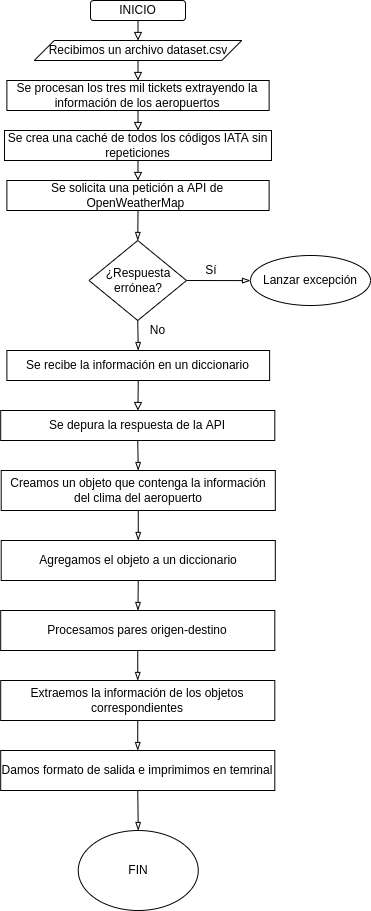
The draw.io diagram docs/DiagramaFlujo.png in AlbertNath/Proyecto01_MyP_2022_2, before a commit. Source tidied: cells renumbered, new cells last; positions are measured from the earlier drawing's top-left corner, leaving out a move shared by most shapes. The source it was exported from:
```xml
<mxGraphModel>
  <root>
    <mxCell id="0" />
    <mxCell id="1" parent="0" />
    <mxCell id="2" style="edgeStyle=none;html=1;exitX=0.5;exitY=1;exitDx=0;exitDy=0;entryX=0.5;entryY=0;entryDx=0;entryDy=0;endArrow=block;endFill=0;" parent="1" edge="1" source="3" target="4">
      <mxGeometry relative="1" as="geometry" />
    </mxCell>
    <mxCell id="3" value="INICIO" style="rounded=1;whiteSpace=wrap;html=1;" parent="1" vertex="1">
      <mxGeometry x="90" width="95" height="20" as="geometry" />
    </mxCell>
    <mxCell id="4" value="Recibimos un archivo dataset.csv" style="shape=parallelogram;perimeter=parallelogramPerimeter;whiteSpace=wrap;html=1;fixedSize=1;" parent="1" vertex="1">
      <mxGeometry x="33.8" y="40" width="207.5" height="20" as="geometry" />
    </mxCell>
    <mxCell id="5" style="edgeStyle=none;html=1;exitX=0.5;exitY=1;exitDx=0;exitDy=0;endArrow=block;endFill=0;" parent="1" edge="1" source="6" target="9">
      <mxGeometry relative="1" as="geometry" />
    </mxCell>
    <mxCell id="6" value="Se procesan los tres mil tickets extrayendo la información de los aeropuertos" style="rounded=0;whiteSpace=wrap;html=1;" parent="1" vertex="1">
      <mxGeometry x="6.4" y="80" width="262.2" height="30" as="geometry" />
    </mxCell>
    <mxCell id="7" style="edgeStyle=none;html=1;exitX=0.5;exitY=1;exitDx=0;exitDy=0;entryX=0.5;entryY=0;entryDx=0;entryDy=0;endArrow=block;endFill=0;" parent="1" edge="1" source="4" target="6">
      <mxGeometry relative="1" as="geometry" />
    </mxCell>
    <mxCell id="8" style="edgeStyle=none;html=1;exitX=0.5;exitY=1;exitDx=0;exitDy=0;entryX=0.5;entryY=0;entryDx=0;entryDy=0;endArrow=block;endFill=0;" parent="1" edge="1" source="9" target="11">
      <mxGeometry relative="1" as="geometry" />
    </mxCell>
    <mxCell id="9" value="Se crea una caché de todos los códigos IATA sin repeticiones" style="rounded=0;whiteSpace=wrap;html=1;" parent="1" vertex="1">
      <mxGeometry x="4" y="130" width="267" height="30" as="geometry" />
    </mxCell>
    <mxCell id="10" style="edgeStyle=none;html=1;exitX=0.5;exitY=1;exitDx=0;exitDy=0;entryX=0.5;entryY=0;entryDx=0;entryDy=0;endArrow=blockThin;endFill=0;" parent="1" edge="1" source="11" target="18">
      <mxGeometry relative="1" as="geometry" />
    </mxCell>
    <mxCell id="11" value="Se solicita una petición a API de OpenWeatherMap&amp;nbsp;" style="rounded=0;whiteSpace=wrap;html=1;" parent="1" vertex="1">
      <mxGeometry x="6.4" y="180" width="262.2" height="30" as="geometry" />
    </mxCell>
    <mxCell id="12" style="edgeStyle=none;html=1;exitX=0.5;exitY=1;exitDx=0;exitDy=0;endArrow=block;endFill=0;" parent="1" edge="1" source="13" target="15">
      <mxGeometry relative="1" as="geometry" />
    </mxCell>
    <mxCell id="13" value="Se recibe la información en un diccionario" style="rounded=0;whiteSpace=wrap;html=1;" parent="1" vertex="1">
      <mxGeometry x="6.4" y="350" width="262.7" height="30" as="geometry" />
    </mxCell>
    <mxCell id="14" style="edgeStyle=none;html=1;exitX=0.5;exitY=1;exitDx=0;exitDy=0;entryX=0.5;entryY=0;entryDx=0;entryDy=0;endArrow=blockThin;endFill=0;" parent="1" edge="1" source="15" target="23">
      <mxGeometry relative="1" as="geometry" />
    </mxCell>
    <mxCell id="15" value="Se depura la respuesta de la API" style="rounded=0;whiteSpace=wrap;html=1;" parent="1" vertex="1">
      <mxGeometry x="0.2" y="410" width="274.1" height="30" as="geometry" />
    </mxCell>
    <mxCell id="16" style="edgeStyle=none;html=1;exitX=1;exitY=0.5;exitDx=0;exitDy=0;endArrow=blockThin;endFill=0;" parent="1" edge="1" source="18">
      <mxGeometry relative="1" as="geometry">
        <mxPoint x="250" y="280.1" as="targetPoint" />
      </mxGeometry>
    </mxCell>
    <mxCell id="17" style="edgeStyle=none;html=1;exitX=0.5;exitY=1;exitDx=0;exitDy=0;entryX=0.5;entryY=0;entryDx=0;entryDy=0;endArrow=blockThin;endFill=0;" parent="1" edge="1" source="18" target="13">
      <mxGeometry relative="1" as="geometry" />
    </mxCell>
    <mxCell id="18" value="¿Respuesta errónea?" style="rhombus;whiteSpace=wrap;html=1;" parent="1" vertex="1">
      <mxGeometry x="88.5" y="240" width="97.5" height="80" as="geometry" />
    </mxCell>
    <mxCell id="19" value="Sí" style="text;html=1;strokeColor=none;fillColor=none;align=center;verticalAlign=middle;whiteSpace=wrap;rounded=0;" parent="1" vertex="1">
      <mxGeometry x="181.2" y="260" width="60" height="20" as="geometry" />
    </mxCell>
    <mxCell id="20" value="No" style="text;html=1;strokeColor=none;fillColor=none;align=center;verticalAlign=middle;whiteSpace=wrap;rounded=0;" parent="1" vertex="1">
      <mxGeometry x="135" y="320" width="45" height="20" as="geometry" />
    </mxCell>
    <mxCell id="21" value="Lanzar excepción" style="ellipse;whiteSpace=wrap;html=1;" parent="1" vertex="1">
      <mxGeometry x="250" y="255" width="120" height="50" as="geometry" />
    </mxCell>
    <mxCell id="22" style="edgeStyle=none;html=1;exitX=0.5;exitY=1;exitDx=0;exitDy=0;endArrow=blockThin;endFill=0;" parent="1" edge="1" source="23" target="25">
      <mxGeometry relative="1" as="geometry" />
    </mxCell>
    <mxCell id="23" value="Creamos un objeto que contenga la información del clima del aeropuerto" style="rounded=0;whiteSpace=wrap;html=1;" parent="1" vertex="1">
      <mxGeometry x="0.7" y="470" width="274.1" height="40" as="geometry" />
    </mxCell>
    <mxCell id="24" style="edgeStyle=none;html=1;exitX=0.5;exitY=1;exitDx=0;exitDy=0;endArrow=blockThin;endFill=0;" parent="1" edge="1" source="25" target="27">
      <mxGeometry relative="1" as="geometry" />
    </mxCell>
    <mxCell id="25" value="Agregamos el objeto a un diccionario" style="rounded=0;whiteSpace=wrap;html=1;" parent="1" vertex="1">
      <mxGeometry x="0.7" y="540" width="274.1" height="40" as="geometry" />
    </mxCell>
    <mxCell id="26" style="edgeStyle=none;html=1;exitX=0.5;exitY=1;exitDx=0;exitDy=0;entryX=0.5;entryY=0;entryDx=0;entryDy=0;endArrow=blockThin;endFill=0;" parent="1" edge="1" source="27" target="29">
      <mxGeometry relative="1" as="geometry" />
    </mxCell>
    <mxCell id="27" value="Procesamos pares origen-destino" style="rounded=0;whiteSpace=wrap;html=1;" parent="1" vertex="1">
      <mxGeometry x="0.2" y="610" width="274.1" height="40" as="geometry" />
    </mxCell>
    <mxCell id="28" style="edgeStyle=none;html=1;exitX=0.5;exitY=1;exitDx=0;exitDy=0;entryX=0.5;entryY=0;entryDx=0;entryDy=0;endArrow=blockThin;endFill=0;" parent="1" edge="1" source="29" target="31">
      <mxGeometry relative="1" as="geometry" />
    </mxCell>
    <mxCell id="29" value="Extraemos la información de los objetos correspondientes" style="rounded=0;whiteSpace=wrap;html=1;" parent="1" vertex="1">
      <mxGeometry x="0.2" y="680" width="274.1" height="40" as="geometry" />
    </mxCell>
    <mxCell id="30" style="edgeStyle=none;html=1;exitX=0.5;exitY=1;exitDx=0;exitDy=0;entryX=0.5;entryY=0;entryDx=0;entryDy=0;endArrow=blockThin;endFill=0;" parent="1" edge="1" source="31" target="32">
      <mxGeometry relative="1" as="geometry" />
    </mxCell>
    <mxCell id="31" value="Damos formato de salida e imprimimos en temrinal" style="rounded=0;whiteSpace=wrap;html=1;" parent="1" vertex="1">
      <mxGeometry x="0.2" y="750" width="274.1" height="40" as="geometry" />
    </mxCell>
    <mxCell id="32" value="FIN" style="ellipse;whiteSpace=wrap;html=1;" parent="1" vertex="1">
      <mxGeometry x="77.8" y="830" width="120" height="80" as="geometry" />
    </mxCell>
  </root>
</mxGraphModel>
```
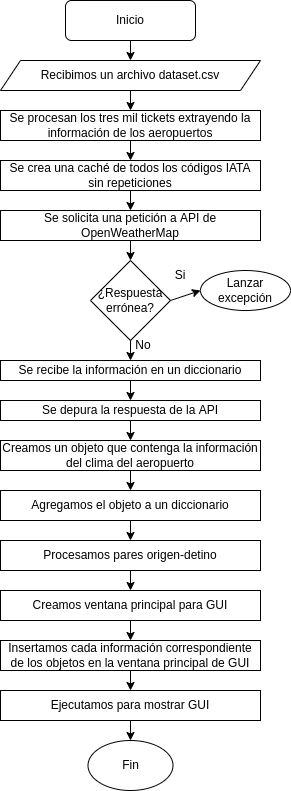
After the change.

Commit message:
pdf con el diagrama de flujo correcto; README.md actualizado; archivo constantes.py creado para colocar la llave

Change to the diagram source:
```diff
@@ -2,100 +2,104 @@
   <root>
     <mxCell id="0" />
     <mxCell id="1" parent="0" />
-    <mxCell id="2" style="edgeStyle=none;html=1;exitX=0.5;exitY=1;exitDx=0;exitDy=0;entryX=0.5;entryY=0;entryDx=0;entryDy=0;endArrow=block;endFill=0;" parent="1" edge="1" source="3" target="4">
-      <mxGeometry relative="1" as="geometry" />
-    </mxCell>
+    <mxCell id="33" value="Inicio" style="rounded=1;whiteSpace=wrap;html=1;" parent="1" vertex="1">
+      <mxGeometry x="65" y="20" width="130" height="40" as="geometry" />
+    </mxCell>
-    <mxCell id="3" value="INICIO" style="rounded=1;whiteSpace=wrap;html=1;" parent="1" vertex="1">
-      <mxGeometry x="90" width="95" height="20" as="geometry" />
+    <mxCell id="3" value="Recibimos un archivo dataset.csv" style="shape=parallelogram;perimeter=parallelogramPerimeter;whiteSpace=wrap;html=1;fixedSize=1;" parent="1" vertex="1">
+      <mxGeometry y="80" width="260" height="30" as="geometry" />
     </mxCell>
-    <mxCell id="4" value="Recibimos un archivo dataset.csv" style="shape=parallelogram;perimeter=parallelogramPerimeter;whiteSpace=wrap;html=1;fixedSize=1;" parent="1" vertex="1">
-      <mxGeometry x="33.8" y="40" width="207.5" height="20" as="geometry" />
+    <mxCell id="4" value="Se procesan los tres mil tickets extrayendo la información de los aeropuertos" style="rounded=0;whiteSpace=wrap;html=1;" parent="1" vertex="1">
+      <mxGeometry y="130" width="260" height="30" as="geometry" />
     </mxCell>
+    <mxCell id="2" value="Se crea una caché de todos los códigos IATA sin repeticiones" style="rounded=0;whiteSpace=wrap;html=1;" parent="1" vertex="1">
+      <mxGeometry y="180" width="260" height="30" as="geometry" />
+    </mxCell>
+    <mxCell id="6" value="Se solicita una petición a API de OpenWeatherMap" style="rounded=0;whiteSpace=wrap;html=1;" parent="1" vertex="1">
+      <mxGeometry y="230" width="260" height="30" as="geometry" />
+    </mxCell>
+    <mxCell id="34" value="¿Respuesta errónea?" style="rhombus;whiteSpace=wrap;html=1;" parent="1" vertex="1">
+      <mxGeometry x="90" y="280" width="80" height="80" as="geometry" />
+    </mxCell>
+    <mxCell id="7" value="Lanzar excepción" style="ellipse;whiteSpace=wrap;html=1;" parent="1" vertex="1">
+      <mxGeometry x="200" y="290" width="90" height="40" as="geometry" />
+    </mxCell>
+    <mxCell id="9" value="Se recibe la información en un diccionario" style="rounded=0;whiteSpace=wrap;html=1;" parent="1" vertex="1">
+      <mxGeometry y="380" width="260" height="20" as="geometry" />
+    </mxCell>
+    <mxCell id="35" value="Se depura la respuesta de la API" style="rounded=0;whiteSpace=wrap;html=1;" parent="1" vertex="1">
+      <mxGeometry y="420" width="260" height="20" as="geometry" />
+    </mxCell>
+    <mxCell id="23" value="Creamos un objeto que contenga la información del clima del aeropuerto" style="rounded=0;whiteSpace=wrap;html=1;" parent="1" vertex="1">
+      <mxGeometry y="460" width="260" height="30" as="geometry" />
+    </mxCell>
+    <mxCell id="25" value="Agregamos el objeto a un diccionario" style="rounded=0;whiteSpace=wrap;html=1;" parent="1" vertex="1">
+      <mxGeometry y="510" width="260" height="30" as="geometry" />
+    </mxCell>
+    <mxCell id="36" value="Procesamos pares origen-detino" style="rounded=0;whiteSpace=wrap;html=1;" parent="1" vertex="1">
+      <mxGeometry y="560" width="260" height="30" as="geometry" />
+    </mxCell>
+    <mxCell id="37" value="Creamos ventana principal para GUI" style="rounded=0;whiteSpace=wrap;html=1;" parent="1" vertex="1">
+      <mxGeometry y="610" width="260" height="30" as="geometry" />
+    </mxCell>
+    <mxCell id="38" value="Insertamos cada información correspondiente de los objetos en la ventana principal de GUI" style="rounded=0;whiteSpace=wrap;html=1;" parent="1" vertex="1">
+      <mxGeometry y="660" width="260" height="30" as="geometry" />
+    </mxCell>
+    <mxCell id="39" value="Ejecutamos para mostrar GUI" style="rounded=0;whiteSpace=wrap;html=1;" parent="1" vertex="1">
+      <mxGeometry y="710" width="260" height="30" as="geometry" />
+    </mxCell>
+    <mxCell id="11" value="Fin" style="ellipse;whiteSpace=wrap;html=1;" parent="1" vertex="1">
+      <mxGeometry x="87.5" y="760" width="85" height="50" as="geometry" />
+    </mxCell>
+    <mxCell id="40" style="endArrow=classic;html=1;exitX=0.5;exitY=1;exitDx=0;exitDy=0;" parent="1" edge="1" source="38" target="39">
+      <mxGeometry relative="1" as="geometry" />
+    </mxCell>
+    <mxCell id="13" style="endArrow=classic;html=1;exitX=0.5;exitY=1;exitDx=0;exitDy=0;" parent="1" edge="1" source="39" target="11">
+      <mxGeometry relative="1" as="geometry" />
+    </mxCell>
-    <mxCell id="5" style="edgeStyle=none;html=1;exitX=0.5;exitY=1;exitDx=0;exitDy=0;endArrow=block;endFill=0;" parent="1" edge="1" source="6" target="9">
+    <mxCell id="5" style="endArrow=classic;html=1;exitX=0.5;exitY=1;exitDx=0;exitDy=0;" parent="1" edge="1" source="37" target="38">
       <mxGeometry relative="1" as="geometry" />
     </mxCell>
-    <mxCell id="6" value="Se procesan los tres mil tickets extrayendo la información de los aeropuertos" style="rounded=0;whiteSpace=wrap;html=1;" parent="1" vertex="1">
-      <mxGeometry x="6.4" y="80" width="262.2" height="30" as="geometry" />
-    </mxCell>
-    <mxCell id="7" style="edgeStyle=none;html=1;exitX=0.5;exitY=1;exitDx=0;exitDy=0;entryX=0.5;entryY=0;entryDx=0;entryDy=0;endArrow=block;endFill=0;" parent="1" edge="1" source="4" target="6">
-      <mxGeometry relative="1" as="geometry" />
-    </mxCell>
+    <mxCell id="41" style="endArrow=classic;html=1;exitX=0.5;exitY=1;exitDx=0;exitDy=0;" parent="1" edge="1" source="36" target="37">
+      <mxGeometry relative="1" as="geometry" />
+    </mxCell>
-    <mxCell id="8" style="edgeStyle=none;html=1;exitX=0.5;exitY=1;exitDx=0;exitDy=0;entryX=0.5;entryY=0;entryDx=0;entryDy=0;endArrow=block;endFill=0;" parent="1" edge="1" source="9" target="11">
+    <mxCell id="8" style="endArrow=classic;html=1;exitX=0.5;exitY=1;exitDx=0;exitDy=0;" parent="1" edge="1" source="25" target="36">
       <mxGeometry relative="1" as="geometry" />
     </mxCell>
-    <mxCell id="9" value="Se crea una caché de todos los códigos IATA sin repeticiones" style="rounded=0;whiteSpace=wrap;html=1;" parent="1" vertex="1">
-      <mxGeometry x="4" y="130" width="267" height="30" as="geometry" />
-    </mxCell>
+    <mxCell id="22" style="endArrow=classic;html=1;exitX=0.5;exitY=1;exitDx=0;exitDy=0;entryX=0.5;entryY=0;entryDx=0;entryDy=0;" parent="1" edge="1" source="23" target="25">
+      <mxGeometry relative="1" as="geometry" />
+    </mxCell>
+    <mxCell id="42" style="endArrow=classic;html=1;exitX=0.5;exitY=1;exitDx=0;exitDy=0;entryX=0.5;entryY=0;entryDx=0;entryDy=0;" parent="1" edge="1" source="35" target="23">
+      <mxGeometry relative="1" as="geometry" />
+    </mxCell>
+    <mxCell id="15" style="endArrow=classic;html=1;exitX=0.5;exitY=1;exitDx=0;exitDy=0;entryX=0.5;entryY=0;entryDx=0;entryDy=0;" parent="1" edge="1" source="9" target="35">
+      <mxGeometry relative="1" as="geometry" />
+    </mxCell>
+    <mxCell id="12" style="endArrow=classic;html=1;exitX=0.5;exitY=1;exitDx=0;exitDy=0;entryX=0.5;entryY=0;entryDx=0;entryDy=0;" parent="1" edge="1" source="34" target="9">
+      <mxGeometry relative="1" as="geometry" />
+    </mxCell>
+    <mxCell id="18" style="endArrow=classic;html=1;exitX=1;exitY=0.5;exitDx=0;exitDy=0;entryX=0;entryY=0.5;entryDx=0;entryDy=0;" parent="1" edge="1" source="34" target="7">
+      <mxGeometry relative="1" as="geometry" />
+    </mxCell>
-    <mxCell id="10" style="edgeStyle=none;html=1;exitX=0.5;exitY=1;exitDx=0;exitDy=0;entryX=0.5;entryY=0;entryDx=0;entryDy=0;endArrow=blockThin;endFill=0;" parent="1" edge="1" source="11" target="18">
+    <mxCell id="10" style="endArrow=classic;html=1;exitX=0.5;exitY=1;exitDx=0;exitDy=0;entryX=0.5;entryY=0;entryDx=0;entryDy=0;" parent="1" edge="1" source="6" target="34">
       <mxGeometry relative="1" as="geometry" />
     </mxCell>
-    <mxCell id="11" value="Se solicita una petición a API de OpenWeatherMap&amp;nbsp;" style="rounded=0;whiteSpace=wrap;html=1;" parent="1" vertex="1">
-      <mxGeometry x="6.4" y="180" width="262.2" height="30" as="geometry" />
-    </mxCell>
-    <mxCell id="12" style="edgeStyle=none;html=1;exitX=0.5;exitY=1;exitDx=0;exitDy=0;endArrow=block;endFill=0;" parent="1" edge="1" source="13" target="15">
-      <mxGeometry relative="1" as="geometry" />
-    </mxCell>
-    <mxCell id="13" value="Se recibe la información en un diccionario" style="rounded=0;whiteSpace=wrap;html=1;" parent="1" vertex="1">
-      <mxGeometry x="6.4" y="350" width="262.7" height="30" as="geometry" />
-    </mxCell>
-    <mxCell id="14" style="edgeStyle=none;html=1;exitX=0.5;exitY=1;exitDx=0;exitDy=0;entryX=0.5;entryY=0;entryDx=0;entryDy=0;endArrow=blockThin;endFill=0;" parent="1" edge="1" source="15" target="23">
-      <mxGeometry relative="1" as="geometry" />
-    </mxCell>
-    <mxCell id="15" value="Se depura la respuesta de la API" style="rounded=0;whiteSpace=wrap;html=1;" parent="1" vertex="1">
-      <mxGeometry x="0.2" y="410" width="274.1" height="30" as="geometry" />
-    </mxCell>
-    <mxCell id="16" style="edgeStyle=none;html=1;exitX=1;exitY=0.5;exitDx=0;exitDy=0;endArrow=blockThin;endFill=0;" parent="1" edge="1" source="18">
-      <mxGeometry relative="1" as="geometry">
-        <mxPoint x="250" y="280.1" as="targetPoint" />
-      </mxGeometry>
+    <mxCell id="16" style="endArrow=classic;html=1;exitX=0.5;exitY=1;exitDx=0;exitDy=0;" parent="1" edge="1" source="2" target="6">
+      <mxGeometry relative="1" as="geometry" />
     </mxCell>
-    <mxCell id="17" style="edgeStyle=none;html=1;exitX=0.5;exitY=1;exitDx=0;exitDy=0;entryX=0.5;entryY=0;entryDx=0;entryDy=0;endArrow=blockThin;endFill=0;" parent="1" edge="1" source="18" target="13">
+    <mxCell id="17" style="endArrow=classic;html=1;exitX=0.5;exitY=1;exitDx=0;exitDy=0;" parent="1" edge="1" source="4" target="2">
       <mxGeometry relative="1" as="geometry" />
     </mxCell>
-    <mxCell id="18" value="¿Respuesta errónea?" style="rhombus;whiteSpace=wrap;html=1;" parent="1" vertex="1">
-      <mxGeometry x="88.5" y="240" width="97.5" height="80" as="geometry" />
-    </mxCell>
-    <mxCell id="19" value="Sí" style="text;html=1;strokeColor=none;fillColor=none;align=center;verticalAlign=middle;whiteSpace=wrap;rounded=0;" parent="1" vertex="1">
-      <mxGeometry x="181.2" y="260" width="60" height="20" as="geometry" />
+    <mxCell id="19" style="endArrow=classic;html=1;exitX=0.5;exitY=1;exitDx=0;exitDy=0;entryX=0.5;entryY=0;entryDx=0;entryDy=0;" parent="1" edge="1" source="3" target="4">
+      <mxGeometry relative="1" as="geometry" />
     </mxCell>
-    <mxCell id="20" value="No" style="text;html=1;strokeColor=none;fillColor=none;align=center;verticalAlign=middle;whiteSpace=wrap;rounded=0;" parent="1" vertex="1">
-      <mxGeometry x="135" y="320" width="45" height="20" as="geometry" />
+    <mxCell id="20" style="endArrow=classic;html=1;exitX=0.5;exitY=1;exitDx=0;exitDy=0;entryX=0.5;entryY=0;entryDx=0;entryDy=0;" parent="1" edge="1" source="33" target="3">
+      <mxGeometry relative="1" as="geometry" />
     </mxCell>
+    <mxCell id="43" value="Si" style="text;html=1;strokeColor=none;fillColor=none;align=center;verticalAlign=middle;whiteSpace=wrap;rounded=0;" parent="1" vertex="1">
+      <mxGeometry x="150" y="280" width="60" height="30" as="geometry" />
+    </mxCell>
-    <mxCell id="21" value="Lanzar excepción" style="ellipse;whiteSpace=wrap;html=1;" parent="1" vertex="1">
-      <mxGeometry x="250" y="255" width="120" height="50" as="geometry" />
+    <mxCell id="21" value="No" style="text;html=1;strokeColor=none;fillColor=none;align=center;verticalAlign=middle;whiteSpace=wrap;rounded=0;" parent="1" vertex="1">
+      <mxGeometry x="112.5" y="350" width="60" height="30" as="geometry" />
     </mxCell>
-    <mxCell id="22" style="edgeStyle=none;html=1;exitX=0.5;exitY=1;exitDx=0;exitDy=0;endArrow=blockThin;endFill=0;" parent="1" edge="1" source="23" target="25">
-      <mxGeometry relative="1" as="geometry" />
-    </mxCell>
-    <mxCell id="23" value="Creamos un objeto que contenga la información del clima del aeropuerto" style="rounded=0;whiteSpace=wrap;html=1;" parent="1" vertex="1">
-      <mxGeometry x="0.7" y="470" width="274.1" height="40" as="geometry" />
-    </mxCell>
-    <mxCell id="24" style="edgeStyle=none;html=1;exitX=0.5;exitY=1;exitDx=0;exitDy=0;endArrow=blockThin;endFill=0;" parent="1" edge="1" source="25" target="27">
-      <mxGeometry relative="1" as="geometry" />
-    </mxCell>
-    <mxCell id="25" value="Agregamos el objeto a un diccionario" style="rounded=0;whiteSpace=wrap;html=1;" parent="1" vertex="1">
-      <mxGeometry x="0.7" y="540" width="274.1" height="40" as="geometry" />
-    </mxCell>
-    <mxCell id="26" style="edgeStyle=none;html=1;exitX=0.5;exitY=1;exitDx=0;exitDy=0;entryX=0.5;entryY=0;entryDx=0;entryDy=0;endArrow=blockThin;endFill=0;" parent="1" edge="1" source="27" target="29">
-      <mxGeometry relative="1" as="geometry" />
-    </mxCell>
-    <mxCell id="27" value="Procesamos pares origen-destino" style="rounded=0;whiteSpace=wrap;html=1;" parent="1" vertex="1">
-      <mxGeometry x="0.2" y="610" width="274.1" height="40" as="geometry" />
-    </mxCell>
-    <mxCell id="28" style="edgeStyle=none;html=1;exitX=0.5;exitY=1;exitDx=0;exitDy=0;entryX=0.5;entryY=0;entryDx=0;entryDy=0;endArrow=blockThin;endFill=0;" parent="1" edge="1" source="29" target="31">
-      <mxGeometry relative="1" as="geometry" />
-    </mxCell>
-    <mxCell id="29" value="Extraemos la información de los objetos correspondientes" style="rounded=0;whiteSpace=wrap;html=1;" parent="1" vertex="1">
-      <mxGeometry x="0.2" y="680" width="274.1" height="40" as="geometry" />
-    </mxCell>
-    <mxCell id="30" style="edgeStyle=none;html=1;exitX=0.5;exitY=1;exitDx=0;exitDy=0;entryX=0.5;entryY=0;entryDx=0;entryDy=0;endArrow=blockThin;endFill=0;" parent="1" edge="1" source="31" target="32">
-      <mxGeometry relative="1" as="geometry" />
-    </mxCell>
-    <mxCell id="31" value="Damos formato de salida e imprimimos en temrinal" style="rounded=0;whiteSpace=wrap;html=1;" parent="1" vertex="1">
-      <mxGeometry x="0.2" y="750" width="274.1" height="40" as="geometry" />
-    </mxCell>
-    <mxCell id="32" value="FIN" style="ellipse;whiteSpace=wrap;html=1;" parent="1" vertex="1">
-      <mxGeometry x="77.8" y="830" width="120" height="80" as="geometry" />
-    </mxCell>
   </root>
 </mxGraphModel>
```
